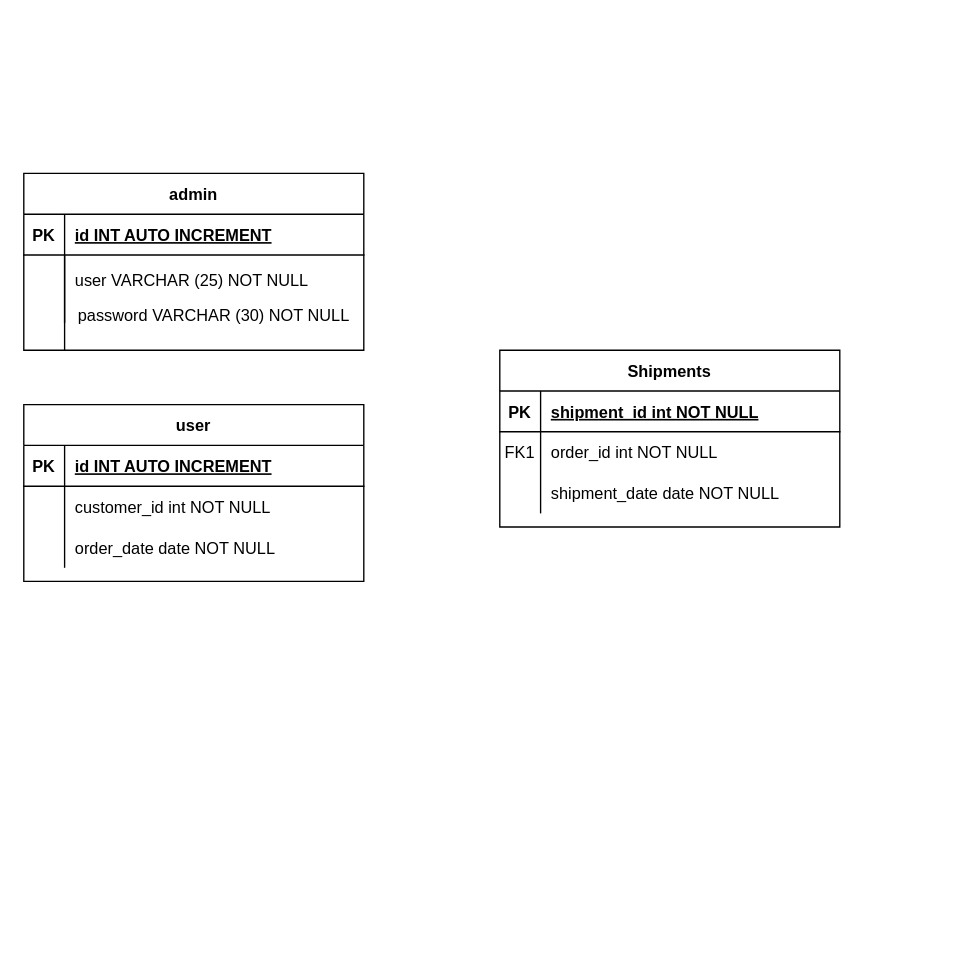
This is db/Diagrama sin título.drawio from Mathi21as/SomosCultura, a draw.io file, before an edit. Source tidied: cells renumbered, new cells numbered last; positions are measured from the earlier drawing's top-left corner, leaving out a move shared by most shapes. Both pictures are drawn from the tidied source at 136%, with x=0, y=0 at pixel (23, 173).
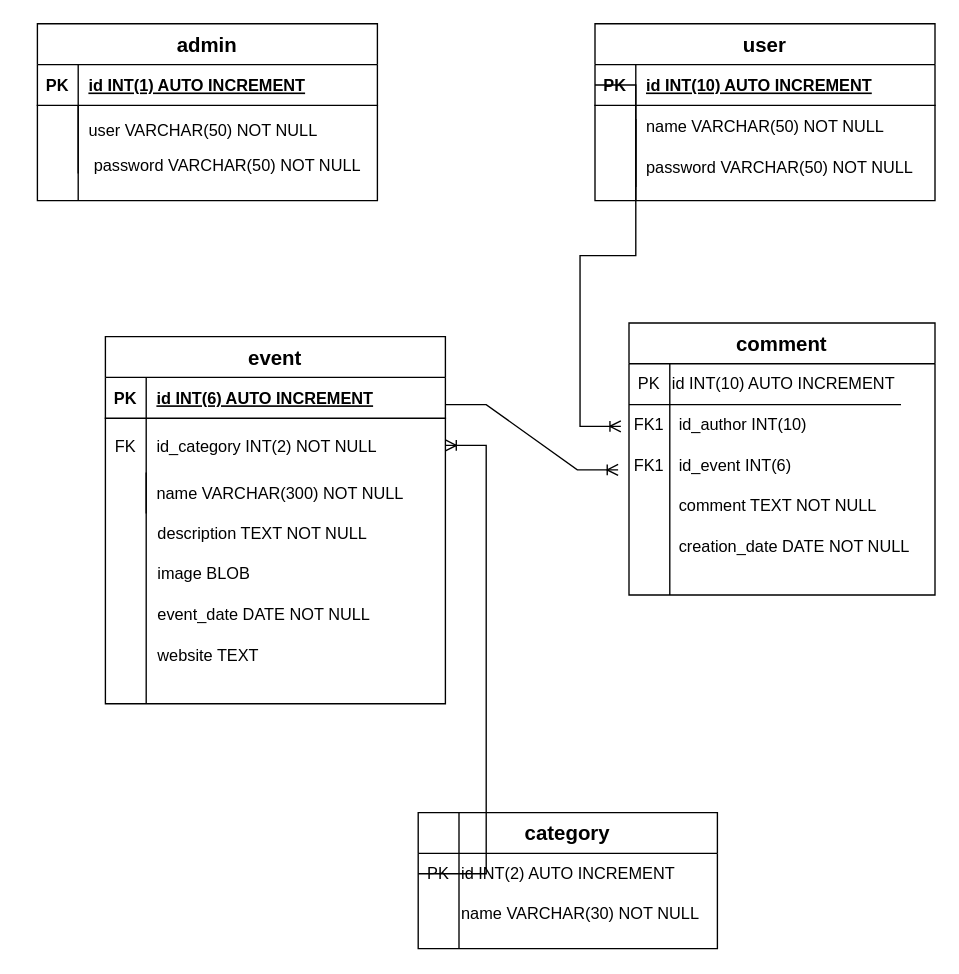
The same diagram, later.

Unchanged cells that the change refers to:
```xml
<mxCell id="3" style="shape=partialRectangle;fillColor=none;points=[[0,0.5],[1,0.5]];portConstraint=eastwest;top=0;left=0;right=0;bottom=1;" parent="2" vertex="1">
  <mxGeometry y="30" width="250" height="30" as="geometry" />
</mxCell>
<mxCell id="6" style="shape=partialRectangle;fillColor=none;top=0;left=0;right=0;bottom=0;" parent="2" vertex="1">
  <mxGeometry y="60" width="250" height="30" as="geometry" />
</mxCell>
<mxCell id="9" style="shape=partialRectangle;fillColor=none;top=0;left=0;right=0;bottom=0;" parent="2" vertex="1">
  <mxGeometry y="90" width="250" height="30" as="geometry" />
</mxCell>
<mxCell id="13" style="shape=partialRectangle;fillColor=none;top=0;left=0;right=0;bottom=1;" parent="12" vertex="1">
  <mxGeometry y="30" width="250" height="30" as="geometry" />
</mxCell>
<mxCell id="23" style="shape=partialRectangle;fillColor=none;top=0;left=0;right=0;bottom=1;" parent="22" vertex="1">
  <mxGeometry y="30" width="250" height="30" as="geometry" />
</mxCell>
<mxCell id="26" style="shape=partialRectangle;fillColor=none;top=0;left=0;right=0;bottom=0;" parent="22" vertex="1">
  <mxGeometry y="60" width="250" height="50" as="geometry" />
</mxCell>
```

Change to the diagram source:
```diff
@@
-    <mxCell id="2" value="user" style="shape=table;startSize=30;childLayout=tableLayout;rowLines=0;fontStyle=1;align=center;" parent="1" vertex="1">
-      <mxGeometry y="170" width="250" height="130" as="geometry" />
+    <mxCell id="2" value="user" style="shape=table;startSize=30;childLayout=tableLayout;rowLines=0;fontStyle=1;align=center;fontSize=15;" parent="1" vertex="1">
+      <mxGeometry x="420" y="-110" width="250" height="130" as="geometry" />
     </mxCell>
@@
-    <mxCell id="5" value="id INT AUTO INCREMENT" style="shape=partialRectangle;overflow=hidden;fillColor=none;top=0;left=0;bottom=0;right=0;align=left;spacingLeft=6;fontStyle=5;" parent="3" vertex="1">
+    <mxCell id="5" value="id INT(10) AUTO INCREMENT" style="shape=partialRectangle;overflow=hidden;fillColor=none;top=0;left=0;bottom=0;right=0;align=left;spacingLeft=6;fontStyle=5;" parent="3" vertex="1">
       <mxGeometry x="30" width="220" height="30" as="geometry" />
     </mxCell>
@@
-    <mxCell id="8" value="customer_id int NOT NULL" style="shape=partialRectangle;overflow=hidden;fillColor=none;top=0;left=0;bottom=0;right=0;align=left;spacingLeft=6;" parent="6" vertex="1">
+    <mxCell id="8" value="name VARCHAR(50) NOT NULL" style="shape=partialRectangle;overflow=hidden;fillColor=none;top=0;left=0;bottom=0;right=0;align=left;spacingLeft=6;" parent="6" vertex="1">
       <mxGeometry x="30" width="220" height="30" as="geometry" />
     </mxCell>
@@
-    <mxCell id="11" value="order_date date NOT NULL" style="shape=partialRectangle;overflow=hidden;fillColor=none;top=0;left=0;bottom=0;right=0;align=left;spacingLeft=6;" parent="9" vertex="1">
+    <mxCell id="11" value="password VARCHAR(50) NOT NULL" style="shape=partialRectangle;overflow=hidden;fillColor=none;top=0;left=0;bottom=0;right=0;align=left;spacingLeft=6;" parent="9" vertex="1">
       <mxGeometry x="30" width="220" height="30" as="geometry" />
     </mxCell>
-    <mxCell id="12" value="Shipments" style="shape=table;startSize=30;childLayout=tableLayout;rowLines=0;fontStyle=1;align=center;" parent="1" vertex="1">
-      <mxGeometry x="350" y="130" width="250" height="130" as="geometry" />
+    <mxCell id="12" value="event" style="shape=table;startSize=30;childLayout=tableLayout;rowLines=0;fontStyle=1;align=center;fontSize=15;" parent="1" vertex="1">
+      <mxGeometry x="60" y="120" width="250" height="270" as="geometry" />
     </mxCell>
@@
-    <mxCell id="15" value="shipment_id int NOT NULL " style="shape=partialRectangle;overflow=hidden;fillColor=none;top=0;left=0;bottom=0;right=0;align=left;spacingLeft=6;fontStyle=5;" parent="13" vertex="1">
+    <mxCell id="15" value="id INT(6) AUTO INCREMENT" style="shape=partialRectangle;overflow=hidden;fillColor=none;top=0;left=0;bottom=0;right=0;align=left;spacingLeft=6;fontStyle=5;" parent="13" vertex="1">
       <mxGeometry x="30" width="220" height="30" as="geometry" />
     </mxCell>
     <mxCell id="16" style="shape=partialRectangle;fillColor=none;points=[[0,0.5],[1,0.5]];portConstraint=eastwest;top=0;left=0;right=0;bottom=0;" parent="12" vertex="1">
-      <mxGeometry y="60" width="250" height="30" as="geometry" />
+      <mxGeometry y="60" width="250" height="40" as="geometry" />
     </mxCell>
-    <mxCell id="17" value="FK1" style="shape=partialRectangle;overflow=hidden;fillColor=none;top=0;left=0;bottom=0;right=0;" parent="16" vertex="1">
-      <mxGeometry width="30" height="30" as="geometry" />
+    <mxCell id="17" value="FK" style="shape=partialRectangle;overflow=hidden;fillColor=none;top=0;left=0;bottom=0;right=0;" parent="16" vertex="1">
+      <mxGeometry width="30" height="40" as="geometry" />
     </mxCell>
-    <mxCell id="18" value="order_id int NOT NULL" style="shape=partialRectangle;overflow=hidden;fillColor=none;top=0;left=0;bottom=0;right=0;align=left;spacingLeft=6;" parent="16" vertex="1">
-      <mxGeometry x="30" width="220" height="30" as="geometry" />
+    <mxCell id="18" value="id_category INT(2) NOT NULL" style="shape=partialRectangle;overflow=hidden;fillColor=none;top=0;left=0;bottom=0;right=0;align=left;spacingLeft=6;" parent="16" vertex="1">
+      <mxGeometry x="30" width="220" height="40" as="geometry" />
     </mxCell>
     <mxCell id="19" style="shape=partialRectangle;fillColor=none;top=0;left=0;right=0;bottom=0;" parent="12" vertex="1">
-      <mxGeometry y="90" width="250" height="30" as="geometry" />
+      <mxGeometry y="100" width="250" height="30" as="geometry" />
     </mxCell>
@@
-    <mxCell id="21" value="shipment_date date NOT NULL" style="shape=partialRectangle;overflow=hidden;fillColor=none;top=0;left=0;bottom=0;right=0;align=left;spacingLeft=6;" parent="19" vertex="1">
+    <mxCell id="21" value="name VARCHAR(300) NOT NULL" style="shape=partialRectangle;overflow=hidden;fillColor=none;top=0;left=0;bottom=0;right=0;align=left;spacingLeft=6;" parent="19" vertex="1">
       <mxGeometry x="30" width="220" height="30" as="geometry" />
     </mxCell>
-    <mxCell id="22" value="admin" style="shape=table;startSize=30;childLayout=tableLayout;rowLines=0;fontStyle=1;align=center;" parent="1" vertex="1">
-      <mxGeometry width="250" height="130" as="geometry" />
+    <mxCell id="22" value="admin" style="shape=table;startSize=30;childLayout=tableLayout;rowLines=0;fontStyle=1;align=center;fontSize=15;" parent="1" vertex="1">
+      <mxGeometry x="10" y="-110" width="250" height="130" as="geometry" />
     </mxCell>
@@
-    <mxCell id="25" value="id INT AUTO INCREMENT" style="shape=partialRectangle;overflow=hidden;fillColor=none;top=0;left=0;bottom=0;right=0;align=left;spacingLeft=6;fontStyle=5;" parent="23" vertex="1">
+    <mxCell id="25" value="id INT(1) AUTO INCREMENT" style="shape=partialRectangle;overflow=hidden;fillColor=none;top=0;left=0;bottom=0;right=0;align=left;spacingLeft=6;fontStyle=5;" parent="23" vertex="1">
       <mxGeometry x="30" width="220" height="30" as="geometry" />
     </mxCell>
@@
-    <mxCell id="28" value="user VARCHAR (25) NOT NULL&#10;" style="shape=partialRectangle;overflow=hidden;fillColor=none;top=0;left=0;bottom=0;right=0;align=left;spacingLeft=6;" parent="26" vertex="1">
+    <mxCell id="28" value="user VARCHAR(50) NOT NULL&#10;" style="shape=partialRectangle;overflow=hidden;fillColor=none;top=0;left=0;bottom=0;right=0;align=left;spacingLeft=6;" parent="26" vertex="1">
       <mxGeometry x="30" width="220" height="50" as="geometry" />
     </mxCell>
-    <mxCell id="29" value="password VARCHAR (30) NOT NULL" style="text;html=1;strokeColor=none;fillColor=none;align=center;verticalAlign=middle;whiteSpace=wrap;rounded=0;" parent="1" vertex="1">
-      <mxGeometry x="30" y="90" width="220" height="30" as="geometry" />
+    <mxCell id="29" value="password VARCHAR(50) NOT NULL" style="text;html=1;strokeColor=none;fillColor=none;align=center;verticalAlign=middle;whiteSpace=wrap;rounded=0;" parent="1" vertex="1">
+      <mxGeometry x="40" y="-20" width="220" height="30" as="geometry" />
     </mxCell>
     <mxCell id="30" style="endArrow=none;html=1;rounded=0;" parent="1" edge="1">
       <mxGeometry relative="1" as="geometry">
-        <mxPoint x="30" y="130" as="sourcePoint" />
-        <mxPoint x="30" y="60" as="targetPoint" />
+        <mxPoint x="40" y="20" as="sourcePoint" />
+        <mxPoint x="40" y="-50" as="targetPoint" />
       </mxGeometry>
     </mxCell>
+    <mxCell id="31" style="endArrow=none;html=1;rounded=0;" parent="1" edge="1">
+      <mxGeometry relative="1" as="geometry">
+        <mxPoint x="90" y="390" as="sourcePoint" />
+        <mxPoint x="90" y="220" as="targetPoint" />
+      </mxGeometry>
+    </mxCell>
+    <mxCell id="32" value="&lt;div align=&quot;left&quot;&gt;&amp;nbsp; description TEXT NOT NULL&lt;br&gt;&lt;/div&gt;" style="text;html=1;strokeColor=none;fillColor=none;align=left;verticalAlign=middle;whiteSpace=wrap;rounded=0;" parent="1" vertex="1">
+      <mxGeometry x="90" y="250" width="220" height="30" as="geometry" />
+    </mxCell>
+    <mxCell id="33" value="&lt;div align=&quot;left&quot;&gt;&amp;nbsp; image BLOB&lt;/div&gt;" style="text;html=1;strokeColor=none;fillColor=none;align=left;verticalAlign=middle;whiteSpace=wrap;rounded=0;" parent="1" vertex="1">
+      <mxGeometry x="90" y="280" width="220" height="30" as="geometry" />
+    </mxCell>
+    <mxCell id="34" value="&lt;div align=&quot;left&quot;&gt;&amp;nbsp; event_date DATE NOT NULL&lt;br&gt;&lt;/div&gt;" style="text;html=1;strokeColor=none;fillColor=none;align=left;verticalAlign=middle;whiteSpace=wrap;rounded=0;" parent="1" vertex="1">
+      <mxGeometry x="90" y="310" width="220" height="30" as="geometry" />
+    </mxCell>
+    <mxCell id="35" value="&amp;nbsp; website TEXT" style="text;html=1;strokeColor=none;fillColor=none;align=left;verticalAlign=middle;whiteSpace=wrap;rounded=0;" parent="1" vertex="1">
+      <mxGeometry x="90" y="340" width="220" height="30" as="geometry" />
+    </mxCell>
+    <mxCell id="36" style="endArrow=none;html=1;rounded=0;" parent="1" edge="1">
+      <mxGeometry relative="1" as="geometry">
+        <mxPoint x="450" y="20" as="sourcePoint" />
+        <mxPoint x="450" y="-40" as="targetPoint" />
+      </mxGeometry>
+    </mxCell>
+    <mxCell id="37" value="&lt;font style=&quot;font-size: 15px;&quot;&gt;comment&lt;/font&gt;" style="swimlane;whiteSpace=wrap;html=1;startSize=30;" parent="1" vertex="1">
+      <mxGeometry x="445" y="110" width="225" height="200" as="geometry" />
+    </mxCell>
+    <mxCell id="38" style="endArrow=none;html=1;rounded=0;entryX=0;entryY=0;entryDx=0;entryDy=0;" parent="37" edge="1" target="40">
+      <mxGeometry relative="1" as="geometry">
+        <mxPoint x="30" y="200" as="sourcePoint" />
+      </mxGeometry>
+    </mxCell>
+    <mxCell id="39" value="PK" style="text;html=1;strokeColor=none;fillColor=none;align=center;verticalAlign=middle;whiteSpace=wrap;rounded=0;" parent="37" vertex="1">
+      <mxGeometry y="30" width="30" height="30" as="geometry" />
+    </mxCell>
+    <mxCell id="40" value="&lt;div align=&quot;left&quot;&gt;id INT(10) AUTO INCREMENT&lt;br&gt;&lt;/div&gt;" style="text;html=1;strokeColor=none;fillColor=none;align=left;verticalAlign=middle;whiteSpace=wrap;rounded=0;" parent="37" vertex="1">
+      <mxGeometry x="30" y="30" width="170" height="30" as="geometry" />
+    </mxCell>
+    <mxCell id="41" style="endArrow=none;html=1;rounded=0;entryX=1;entryY=1;entryDx=0;entryDy=0;" parent="37" edge="1" target="40">
+      <mxGeometry relative="1" as="geometry">
+        <mxPoint y="60" as="sourcePoint" />
+      </mxGeometry>
+    </mxCell>
+    <mxCell id="42" value="FK1" style="text;html=1;strokeColor=none;fillColor=none;align=center;verticalAlign=middle;whiteSpace=wrap;rounded=0;" parent="37" vertex="1">
+      <mxGeometry y="60" width="30" height="30" as="geometry" />
+    </mxCell>
+    <mxCell id="43" value="id_author INT(10)" style="text;html=1;strokeColor=none;fillColor=none;align=left;verticalAlign=middle;whiteSpace=wrap;rounded=0;" parent="37" vertex="1">
+      <mxGeometry x="35" y="60" width="170" height="30" as="geometry" />
+    </mxCell>
+    <mxCell id="44" value="id_event INT(6)" style="text;html=1;strokeColor=none;fillColor=none;align=left;verticalAlign=middle;whiteSpace=wrap;rounded=0;" parent="37" vertex="1">
+      <mxGeometry x="35" y="90" width="170" height="30" as="geometry" />
+    </mxCell>
+    <mxCell id="45" value="FK1" style="text;html=1;strokeColor=none;fillColor=none;align=center;verticalAlign=middle;whiteSpace=wrap;rounded=0;" parent="37" vertex="1">
+      <mxGeometry y="90" width="30" height="30" as="geometry" />
+    </mxCell>
+    <mxCell id="46" value="comment TEXT NOT NULL" style="text;html=1;strokeColor=none;fillColor=none;align=left;verticalAlign=middle;whiteSpace=wrap;rounded=0;" parent="37" vertex="1">
+      <mxGeometry x="35" y="120" width="170" height="30" as="geometry" />
+    </mxCell>
+    <mxCell id="47" value="creation_date DATE NOT NULL" style="text;html=1;strokeColor=none;fillColor=none;align=left;verticalAlign=middle;whiteSpace=wrap;rounded=0;" parent="37" vertex="1">
+      <mxGeometry x="35" y="150" width="185" height="30" as="geometry" />
+    </mxCell>
+    <mxCell id="48" value="&lt;font style=&quot;font-size: 15px;&quot;&gt;category&lt;/font&gt;" style="swimlane;whiteSpace=wrap;html=1;startSize=30;" parent="1" vertex="1">
+      <mxGeometry x="290" y="470" width="220" height="100" as="geometry" />
+    </mxCell>
+    <mxCell id="49" value="PK" style="text;html=1;strokeColor=none;fillColor=none;align=center;verticalAlign=middle;whiteSpace=wrap;rounded=0;" parent="48" vertex="1">
+      <mxGeometry y="30" width="30" height="30" as="geometry" />
+    </mxCell>
+    <mxCell id="50" style="endArrow=none;html=1;rounded=0;entryX=0;entryY=0;entryDx=0;entryDy=0;" parent="48" edge="1">
+      <mxGeometry relative="1" as="geometry">
+        <mxPoint x="30" y="100" as="sourcePoint" />
+        <mxPoint x="30" as="targetPoint" />
+      </mxGeometry>
+    </mxCell>
+    <mxCell id="51" value="id INT(2) AUTO INCREMENT" style="text;html=1;strokeColor=none;fillColor=none;align=left;verticalAlign=middle;whiteSpace=wrap;rounded=0;" parent="48" vertex="1">
+      <mxGeometry x="30" y="30" width="190" height="30" as="geometry" />
+    </mxCell>
+    <mxCell id="52" value="name VARCHAR(30) NOT NULL" style="text;html=1;strokeColor=none;fillColor=none;align=left;verticalAlign=middle;whiteSpace=wrap;rounded=0;" parent="48" vertex="1">
+      <mxGeometry x="30" y="60" width="190" height="30" as="geometry" />
+    </mxCell>
+    <mxCell id="53" style="edgeStyle=entityRelationEdgeStyle;fontSize=12;html=1;endArrow=ERoneToMany;rounded=0;entryX=-0.267;entryY=0.6;entryDx=0;entryDy=0;entryPerimeter=0;" parent="1" edge="1" target="45">
+      <mxGeometry relative="1" as="geometry">
+        <mxPoint x="310" y="170" as="sourcePoint" />
+      </mxGeometry>
+    </mxCell>
+    <mxCell id="54" style="edgeStyle=entityRelationEdgeStyle;fontSize=12;html=1;endArrow=ERoneToMany;rounded=0;entryX=-0.2;entryY=0.533;entryDx=0;entryDy=0;entryPerimeter=0;exitX=0;exitY=0.5;exitDx=0;exitDy=0;" parent="1" edge="1" source="3" target="42">
+      <mxGeometry relative="1" as="geometry">
+        <Array as="points">
+          <mxPoint x="420" y="-60" />
+          <mxPoint x="370" y="-20" />
+          <mxPoint x="390" y="30" />
+          <mxPoint x="490" y="80" />
+          <mxPoint x="330" y="90" />
+          <mxPoint x="370" y="10" />
+          <mxPoint x="390" y="40" />
+          <mxPoint x="400" y="-20" />
+          <mxPoint x="410" y="60" />
+          <mxPoint x="410" y="70" />
+        </Array>
+      </mxGeometry>
+    </mxCell>
+    <mxCell id="55" style="edgeStyle=entityRelationEdgeStyle;fontSize=12;html=1;endArrow=ERoneToMany;rounded=0;exitX=0;exitY=0.5;exitDx=0;exitDy=0;" parent="1" edge="1" source="49" target="16">
+      <mxGeometry relative="1" as="geometry">
+        <Array as="points">
+          <mxPoint x="360" y="360" />
+        </Array>
+      </mxGeometry>
+    </mxCell>
```
